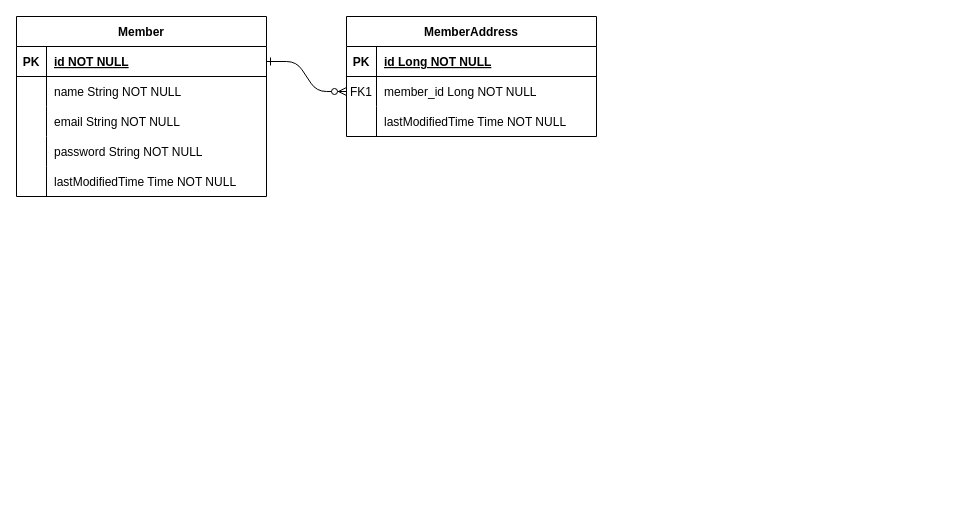
Before: demo_shopping/img/entity_relationship.drawio in Apisapple/backend_study, a draw.io diagram. Source tidied: cells renumbered, new cells numbered last; positions are measured from the earlier drawing's top-left corner, leaving out a move shared by most shapes. Both pictures are drawn from the tidied source at 100%, with x=0, y=0 at pixel (16, 16).
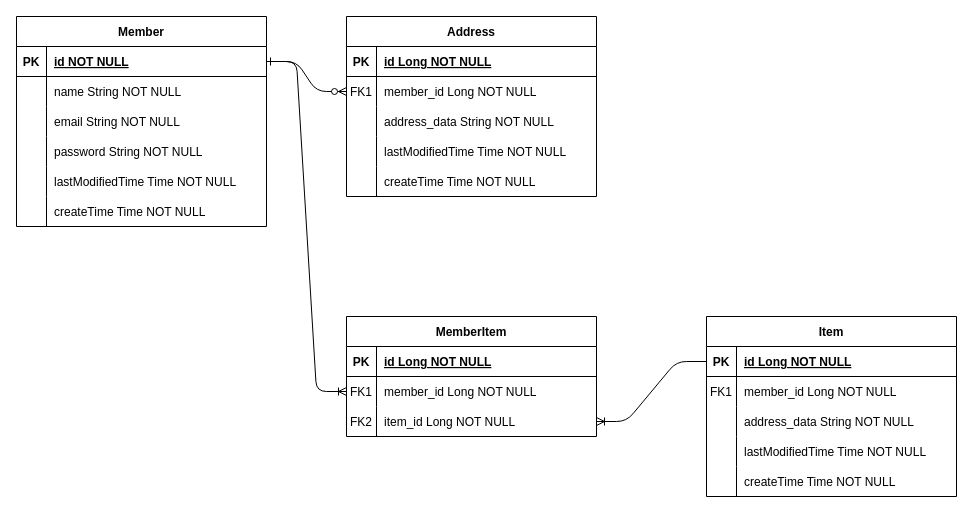
Above is the later version.

Unchanged cells that the change refers to:
```xml
<mxCell id="14" style="shape=partialRectangle;fillColor=none;points=[[0,0.5],[1,0.5]];portConstraint=eastwest;top=0;left=0;right=0;bottom=1;" parent="13" vertex="1">
  <mxGeometry y="30" width="250" height="30" as="geometry" />
</mxCell>
```

Diff of the diagram source:
```diff
@@
-    <mxCell id="3" value="MemberAddress" style="shape=table;startSize=30;childLayout=tableLayout;rowLines=0;fontStyle=1;align=center;" parent="1" vertex="1">
-      <mxGeometry x="330" width="250" height="120" as="geometry" />
+    <mxCell id="3" value="Address" style="shape=table;startSize=30;childLayout=tableLayout;rowLines=0;fontStyle=1;align=center;" parent="1" vertex="1">
+      <mxGeometry x="330" width="250" height="180" as="geometry" />
     </mxCell>
@@
+    <mxCell id="29" style="shape=partialRectangle;fillColor=none;top=0;left=0;right=0;bottom=0;" parent="3" vertex="1">
+      <mxGeometry y="90" width="250" height="30" as="geometry" />
+    </mxCell>
+    <mxCell id="30" style="shape=partialRectangle;overflow=hidden;fillColor=none;top=0;left=0;bottom=0;right=0;" parent="29" vertex="1">
+      <mxGeometry width="30" height="30" as="geometry" />
+    </mxCell>
+    <mxCell id="31" value="address_data String NOT NULL" style="shape=partialRectangle;overflow=hidden;fillColor=none;top=0;left=0;bottom=0;right=0;align=left;spacingLeft=6;" parent="29" vertex="1">
+      <mxGeometry x="30" width="220" height="30" as="geometry" />
+    </mxCell>
     <mxCell id="10" style="shape=partialRectangle;fillColor=none;top=0;left=0;right=0;bottom=0;" parent="3" vertex="1">
-      <mxGeometry y="90" width="250" height="30" as="geometry" />
+      <mxGeometry y="120" width="250" height="30" as="geometry" />
     </mxCell>
@@
+    <mxCell id="32" style="shape=partialRectangle;fillColor=none;top=0;left=0;right=0;bottom=0;" parent="3" vertex="1">
+      <mxGeometry y="150" width="250" height="30" as="geometry" />
+    </mxCell>
+    <mxCell id="33" style="shape=partialRectangle;overflow=hidden;fillColor=none;top=0;left=0;bottom=0;right=0;" parent="32" vertex="1">
+      <mxGeometry width="30" height="30" as="geometry" />
+    </mxCell>
+    <mxCell id="34" value="createTime Time NOT NULL" style="shape=partialRectangle;overflow=hidden;fillColor=none;top=0;left=0;bottom=0;right=0;align=left;spacingLeft=6;" parent="32" vertex="1">
+      <mxGeometry x="30" width="220" height="30" as="geometry" />
+    </mxCell>
     <mxCell id="13" value="Member" style="shape=table;startSize=30;childLayout=tableLayout;rowLines=0;fontStyle=1;align=center;" parent="1" vertex="1">
-      <mxGeometry width="250" height="180" as="geometry" />
+      <mxGeometry width="250" height="210" as="geometry" />
     </mxCell>
@@
+    <mxCell id="35" style="shape=partialRectangle;fillColor=none;top=0;left=0;right=0;bottom=0;" parent="13" vertex="1">
+      <mxGeometry y="180" width="250" height="30" as="geometry" />
+    </mxCell>
+    <mxCell id="36" style="shape=partialRectangle;overflow=hidden;fillColor=none;top=0;left=0;bottom=0;right=0;" parent="35" vertex="1">
+      <mxGeometry width="30" height="30" as="geometry" />
+    </mxCell>
+    <mxCell id="37" value="createTime Time NOT NULL" style="shape=partialRectangle;overflow=hidden;fillColor=none;top=0;left=0;bottom=0;right=0;align=left;spacingLeft=6;" parent="35" vertex="1">
+      <mxGeometry x="30" width="220" height="30" as="geometry" />
+    </mxCell>
+    <mxCell id="38" value="Item" style="shape=table;startSize=30;childLayout=tableLayout;rowLines=0;fontStyle=1;align=center;" parent="1" vertex="1">
+      <mxGeometry x="690" y="300" width="250" height="180" as="geometry" />
+    </mxCell>
+    <mxCell id="39" style="shape=partialRectangle;fillColor=none;points=[[0,0.5],[1,0.5]];portConstraint=eastwest;top=0;left=0;right=0;bottom=1;" parent="38" vertex="1">
+      <mxGeometry y="30" width="250" height="30" as="geometry" />
+    </mxCell>
+    <mxCell id="40" value="PK" style="shape=partialRectangle;overflow=hidden;fillColor=none;top=0;left=0;bottom=0;right=0;fontStyle=1;" parent="39" vertex="1">
+      <mxGeometry width="30" height="30" as="geometry" />
+    </mxCell>
+    <mxCell id="41" value="id Long NOT NULL" style="shape=partialRectangle;overflow=hidden;fillColor=none;top=0;left=0;bottom=0;right=0;align=left;spacingLeft=6;fontStyle=5;" parent="39" vertex="1">
+      <mxGeometry x="30" width="220" height="30" as="geometry" />
+    </mxCell>
+    <mxCell id="42" style="shape=partialRectangle;fillColor=none;top=0;left=0;right=0;bottom=0;" parent="38" vertex="1">
+      <mxGeometry y="60" width="250" height="30" as="geometry" />
+    </mxCell>
+    <mxCell id="43" value="FK1" style="shape=partialRectangle;overflow=hidden;fillColor=none;top=0;left=0;bottom=0;right=0;" parent="42" vertex="1">
+      <mxGeometry width="30" height="30" as="geometry" />
+    </mxCell>
+    <mxCell id="44" value="member_id Long NOT NULL" style="shape=partialRectangle;overflow=hidden;fillColor=none;top=0;left=0;bottom=0;right=0;align=left;spacingLeft=6;" parent="42" vertex="1">
+      <mxGeometry x="30" width="220" height="30" as="geometry" />
+    </mxCell>
+    <mxCell id="45" style="shape=partialRectangle;fillColor=none;top=0;left=0;right=0;bottom=0;" parent="38" vertex="1">
+      <mxGeometry y="90" width="250" height="30" as="geometry" />
+    </mxCell>
+    <mxCell id="46" style="shape=partialRectangle;overflow=hidden;fillColor=none;top=0;left=0;bottom=0;right=0;" parent="45" vertex="1">
+      <mxGeometry width="30" height="30" as="geometry" />
+    </mxCell>
+    <mxCell id="47" value="address_data String NOT NULL" style="shape=partialRectangle;overflow=hidden;fillColor=none;top=0;left=0;bottom=0;right=0;align=left;spacingLeft=6;" parent="45" vertex="1">
+      <mxGeometry x="30" width="220" height="30" as="geometry" />
+    </mxCell>
+    <mxCell id="48" style="shape=partialRectangle;fillColor=none;top=0;left=0;right=0;bottom=0;" parent="38" vertex="1">
+      <mxGeometry y="120" width="250" height="30" as="geometry" />
+    </mxCell>
+    <mxCell id="49" style="shape=partialRectangle;overflow=hidden;fillColor=none;top=0;left=0;bottom=0;right=0;" parent="48" vertex="1">
+      <mxGeometry width="30" height="30" as="geometry" />
+    </mxCell>
+    <mxCell id="50" value="lastModifiedTime Time NOT NULL" style="shape=partialRectangle;overflow=hidden;fillColor=none;top=0;left=0;bottom=0;right=0;align=left;spacingLeft=6;" parent="48" vertex="1">
+      <mxGeometry x="30" width="220" height="30" as="geometry" />
+    </mxCell>
+    <mxCell id="51" style="shape=partialRectangle;fillColor=none;top=0;left=0;right=0;bottom=0;" parent="38" vertex="1">
+      <mxGeometry y="150" width="250" height="30" as="geometry" />
+    </mxCell>
+    <mxCell id="52" style="shape=partialRectangle;overflow=hidden;fillColor=none;top=0;left=0;bottom=0;right=0;" parent="51" vertex="1">
+      <mxGeometry width="30" height="30" as="geometry" />
+    </mxCell>
+    <mxCell id="53" value="createTime Time NOT NULL" style="shape=partialRectangle;overflow=hidden;fillColor=none;top=0;left=0;bottom=0;right=0;align=left;spacingLeft=6;" parent="51" vertex="1">
+      <mxGeometry x="30" width="220" height="30" as="geometry" />
+    </mxCell>
+    <mxCell id="54" value="MemberItem" style="shape=table;startSize=30;childLayout=tableLayout;rowLines=0;fontStyle=1;align=center;" parent="1" vertex="1">
+      <mxGeometry x="330" y="300" width="250" height="120" as="geometry" />
+    </mxCell>
+    <mxCell id="55" style="shape=partialRectangle;fillColor=none;top=0;left=0;right=0;bottom=1;" parent="54" vertex="1">
+      <mxGeometry y="30" width="250" height="30" as="geometry" />
+    </mxCell>
+    <mxCell id="56" value="PK" style="shape=partialRectangle;overflow=hidden;fillColor=none;top=0;left=0;bottom=0;right=0;fontStyle=1;" parent="55" vertex="1">
+      <mxGeometry width="30" height="30" as="geometry" />
+    </mxCell>
+    <mxCell id="57" value="id Long NOT NULL" style="shape=partialRectangle;overflow=hidden;fillColor=none;top=0;left=0;bottom=0;right=0;align=left;spacingLeft=6;fontStyle=5;" parent="55" vertex="1">
+      <mxGeometry x="30" width="220" height="30" as="geometry" />
+    </mxCell>
+    <mxCell id="58" style="shape=partialRectangle;fillColor=none;points=[[0,0.5],[1,0.5]];portConstraint=eastwest;top=0;left=0;right=0;bottom=0;" parent="54" vertex="1">
+      <mxGeometry y="60" width="250" height="30" as="geometry" />
+    </mxCell>
+    <mxCell id="59" value="FK1" style="shape=partialRectangle;overflow=hidden;fillColor=none;top=0;left=0;bottom=0;right=0;" parent="58" vertex="1">
+      <mxGeometry width="30" height="30" as="geometry" />
+    </mxCell>
+    <mxCell id="60" value="member_id Long NOT NULL" style="shape=partialRectangle;overflow=hidden;fillColor=none;top=0;left=0;bottom=0;right=0;align=left;spacingLeft=6;" parent="58" vertex="1">
+      <mxGeometry x="30" width="220" height="30" as="geometry" />
+    </mxCell>
+    <mxCell id="61" style="shape=partialRectangle;fillColor=none;points=[[0,0.5],[1,0.5]];portConstraint=eastwest;top=0;left=0;right=0;bottom=0;" parent="54" vertex="1">
+      <mxGeometry y="90" width="250" height="30" as="geometry" />
+    </mxCell>
+    <mxCell id="62" value="FK2" style="shape=partialRectangle;overflow=hidden;fillColor=none;top=0;left=0;bottom=0;right=0;" parent="61" vertex="1">
+      <mxGeometry width="30" height="30" as="geometry" />
+    </mxCell>
+    <mxCell id="63" value="item_id Long NOT NULL" style="shape=partialRectangle;overflow=hidden;fillColor=none;top=0;left=0;bottom=0;right=0;align=left;spacingLeft=6;" parent="61" vertex="1">
+      <mxGeometry x="30" width="220" height="30" as="geometry" />
+    </mxCell>
+    <mxCell id="64" style="edgeStyle=entityRelationEdgeStyle;fontSize=12;html=1;endArrow=ERoneToMany;rounded=1;entryX=0;entryY=0.5;entryDx=0;entryDy=0;" parent="1" edge="1" source="14" target="58">
+      <mxGeometry relative="1" as="geometry" />
+    </mxCell>
+    <mxCell id="65" style="edgeStyle=entityRelationEdgeStyle;fontSize=12;html=1;endArrow=ERoneToMany;rounded=1;entryX=1;entryY=0.5;entryDx=0;entryDy=0;exitX=0;exitY=0.5;exitDx=0;exitDy=0;" parent="1" edge="1" source="39" target="61">
+      <mxGeometry relative="1" as="geometry" />
+    </mxCell>
```
